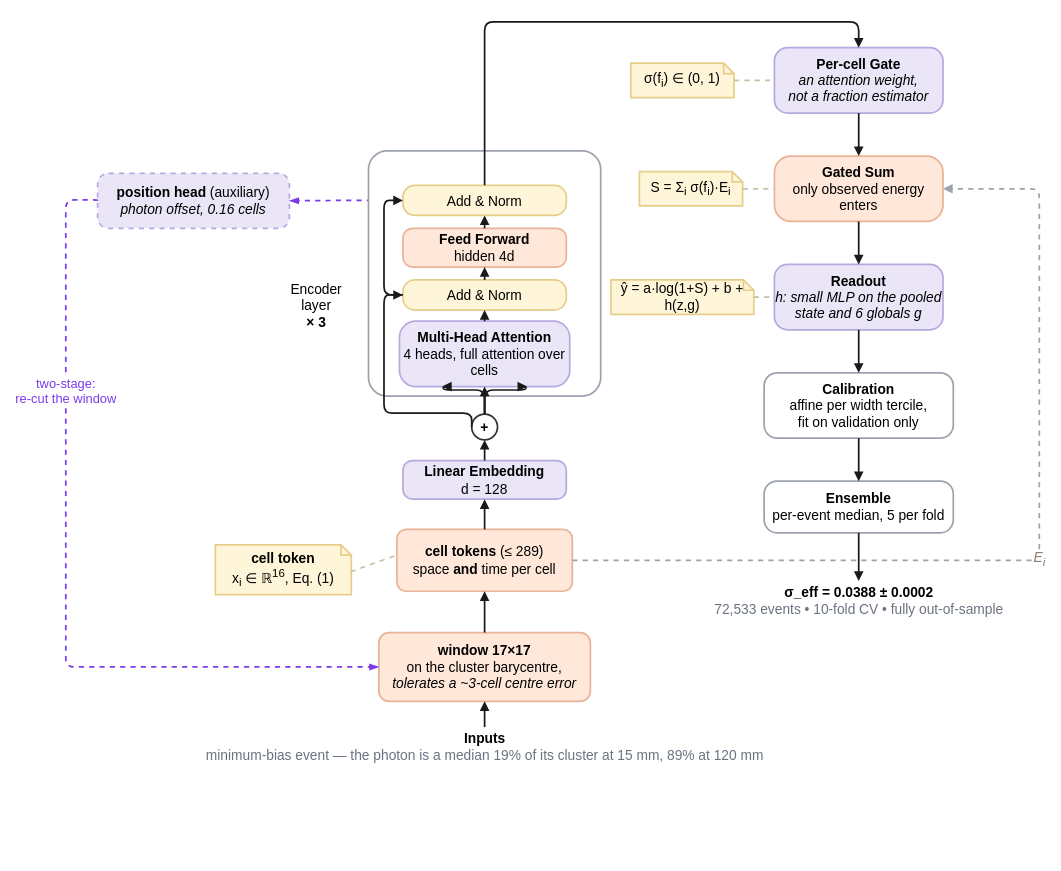
Earlier version of the draw.io diagram paper/spacetformer.drawio (Lworakan/GSoC2026-picocal-spacetime-transformer). Source tidied: cells renumbered, new cells numbered last; positions are measured from the earlier drawing's top-left corner, leaving out a move shared by most shapes. Both pictures are drawn from the tidied source at 86%, with x=0, y=0 at pixel (65, 22).
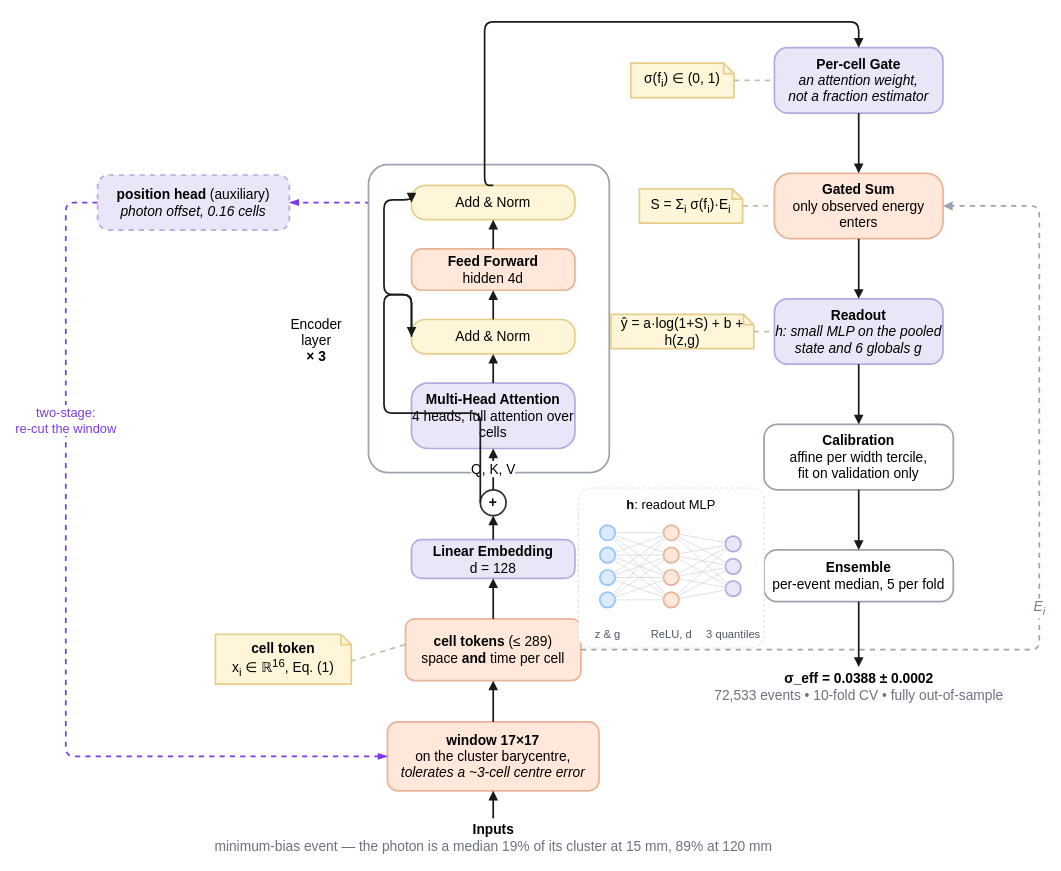
After the change.

Commit message (it also covers changes not shown here):
paper: draw the readout MLP, open the encoder block, and fix two mis-routed edges

Change to the diagram source:
```diff
@@
     <mxCell id="2" value="&lt;b&gt;Inputs&lt;/b&gt;&lt;br&gt;&lt;font color=&quot;#6B7280&quot;&gt;minimum-bias event — the photon is a median 19% of its cluster at 15 mm, 89% at 120 mm&lt;/font&gt;" style="text;html=1;align=center;verticalAlign=middle;fontSize=16;strokeWidth=2;" parent="1" vertex="1">
-      <mxGeometry x="362" y="820" width="250" height="45" as="geometry" />
+      <mxGeometry x="372" y="926" width="250" height="45" as="geometry" />
     </mxCell>
     <mxCell id="3" value="&lt;b&gt;window 17×17&lt;/b&gt;&lt;br&gt;&lt;font&gt;on the cluster barycentre,&lt;br&gt;&lt;i&gt;tolerates a ~3-cell centre error&lt;/i&gt;&lt;/font&gt;" style="rounded=1;arcSize=15;whiteSpace=wrap;html=1;fillColor=#FFE8D9;strokeColor=#E8B396;fontSize=16;strokeWidth=2;" parent="1" vertex="1">
-      <mxGeometry x="364" y="710" width="246" height="80" as="geometry" />
+      <mxGeometry x="374" y="814" width="246" height="80" as="geometry" />
     </mxCell>
     <mxCell id="4" value="&lt;b&gt;cell tokens&lt;/b&gt; (≤ 289)&lt;br&gt;&lt;font&gt;space &lt;b&gt;and&lt;/b&gt; time per cell&lt;/font&gt;" style="rounded=1;arcSize=15;whiteSpace=wrap;html=1;fillColor=#FFE8D9;strokeColor=#E8B396;fontSize=16;strokeWidth=2;" parent="1" vertex="1">
-      <mxGeometry x="385" y="590" width="204" height="72" as="geometry" />
+      <mxGeometry x="395" y="694" width="204" height="72" as="geometry" />
     </mxCell>
     <mxCell id="5" value="&lt;b&gt;cell token&lt;/b&gt;&lt;br&gt;x&lt;sub&gt;i&lt;/sub&gt; ∈ ℝ&lt;sup&gt;16&lt;/sup&gt;, Eq. (1)" style="shape=note;whiteSpace=wrap;html=1;backgroundOutline=1;size=12;fillColor=#FFF6D9;strokeColor=#E6CE8A;fontSize=16;align=center;strokeWidth=2;" parent="1" vertex="1">
-      <mxGeometry x="174" y="608" width="158" height="58" as="geometry" />
+      <mxGeometry x="174" y="712" width="158" height="58" as="geometry" />
     </mxCell>
@@
     <mxCell id="7" value="&lt;b&gt;Linear Embedding&lt;/b&gt;&lt;br&gt;&lt;font&gt;d = 128&lt;/font&gt;" style="rounded=1;arcSize=25;whiteSpace=wrap;html=1;fillColor=#EBE6F7;strokeColor=#B7A9E0;fontSize=16;strokeWidth=2;" parent="1" vertex="1">
-      <mxGeometry x="392" y="510" width="190" height="45" as="geometry" />
+      <mxGeometry x="402" y="602" width="190" height="45" as="geometry" />
     </mxCell>
     <mxCell id="8" value="+" style="ellipse;whiteSpace=wrap;html=1;fillColor=#FFFFFF;strokeColor=#333333;fontSize=16;fontStyle=1;strokeWidth=2;" parent="1" vertex="1">
-      <mxGeometry x="472" y="456" width="30" height="30" as="geometry" />
+      <mxGeometry x="482" y="544" width="30" height="30" as="geometry" />
     </mxCell>
     <mxCell id="9" value="&lt;b&gt;position head&lt;/b&gt; (auxiliary)&lt;br&gt;&lt;font&gt;&lt;i&gt;photon offset, 0.16 cells&lt;/i&gt;&lt;/font&gt;" style="rounded=1;arcSize=20;whiteSpace=wrap;html=1;fillColor=#EBE6F7;strokeColor=#B7A9E0;dashed=1;fontSize=16;strokeWidth=2;" parent="1" vertex="1">
-      <mxGeometry x="37" y="176" width="223" height="64" as="geometry" />
+      <mxGeometry x="37" y="178" width="223" height="64" as="geometry" />
     </mxCell>
@@
     <mxCell id="11" value="two-stage:&lt;br&gt;re-cut the window" style="edgeStyle=orthogonalEdgeStyle;rounded=1;html=1;strokeColor=#7C3AED;strokeWidth=2;dashed=1;endArrow=blockThin;endFill=1;fontSize=15;fontColor=#7C3AED;labelBackgroundColor=#FFFFFF;exitX=0;exitY=0.5;exitDx=0;exitDy=0;entryX=0;entryY=0.5;entryDx=0;entryDy=0;" parent="1" edge="1" source="9" target="3">
       <mxGeometry x="-0.45" relative="1" as="geometry">
         <Array as="points">
-          <mxPoint y="207" />
-          <mxPoint y="750" />
+          <mxPoint y="210" />
+          <mxPoint y="854" />
         </Array>
       </mxGeometry>
     </mxCell>
     <mxCell id="12" style="rounded=1;arcSize=8;whiteSpace=wrap;html=1;fillColor=#FFFFFF;strokeColor=#9CA3AF;strokeWidth=2;fontSize=16;" parent="1" vertex="1">
-      <mxGeometry x="352" y="150" width="270" height="285" as="geometry" />
+      <mxGeometry x="352" y="166" width="280" height="358" as="geometry" />
     </mxCell>
     <mxCell id="13" value="Encoder&lt;br&gt;layer&lt;br&gt;&lt;b&gt;× 3&lt;/b&gt;" style="text;html=1;align=center;verticalAlign=middle;fontSize=16;strokeWidth=2;" parent="1" vertex="1">
-      <mxGeometry x="246" y="295" width="90" height="70" as="geometry" />
+      <mxGeometry x="246" y="335" width="90" height="70" as="geometry" />
     </mxCell>
     <mxCell id="14" value="&lt;b&gt;Multi-Head Attention&lt;/b&gt;&lt;br&gt;&lt;font&gt;4 heads, full attention over cells&lt;/font&gt;" style="rounded=1;arcSize=25;whiteSpace=wrap;html=1;fillColor=#EBE6F7;strokeColor=#B7A9E0;fontSize=16;strokeWidth=2;" parent="1" vertex="1">
-      <mxGeometry x="388" y="348" width="198" height="76" as="geometry" />
+      <mxGeometry x="402" y="420" width="190" height="76" as="geometry" />
     </mxCell>
     <mxCell id="15" value="Add &amp;amp; Norm" style="rounded=1;arcSize=40;whiteSpace=wrap;html=1;fillColor=#FFF6D9;strokeColor=#E6CE8A;fontSize=16;strokeWidth=2;" parent="1" vertex="1">
-      <mxGeometry x="392" y="300" width="190" height="35" as="geometry" />
+      <mxGeometry x="402" y="346" width="190" height="40" as="geometry" />
     </mxCell>
     <mxCell id="16" value="&lt;b&gt;Feed Forward&lt;/b&gt;&lt;br&gt;&lt;font&gt;hidden 4d&lt;/font&gt;" style="rounded=1;arcSize=25;whiteSpace=wrap;html=1;fillColor=#FFE8D9;strokeColor=#E8B396;fontSize=16;strokeWidth=2;" parent="1" vertex="1">
-      <mxGeometry x="392" y="240" width="190" height="45" as="geometry" />
+      <mxGeometry x="402" y="264" width="190" height="48" as="geometry" />
     </mxCell>
     <mxCell id="17" value="Add &amp;amp; Norm" style="rounded=1;arcSize=40;whiteSpace=wrap;html=1;fillColor=#FFF6D9;strokeColor=#E6CE8A;fontSize=16;strokeWidth=2;" parent="1" vertex="1">
-      <mxGeometry x="392" y="190" width="190" height="35" as="geometry" />
+      <mxGeometry x="402" y="190" width="190" height="40" as="geometry" />
     </mxCell>
@@
     <mxCell id="21" value="&lt;b&gt;Gated Sum&lt;/b&gt;&lt;br&gt;&lt;font&gt;only observed energy enters&lt;/font&gt;" style="rounded=1;arcSize=25;whiteSpace=wrap;html=1;fillColor=#FFE8D9;strokeColor=#E8B396;fontSize=16;strokeWidth=2;" parent="1" vertex="1">
-      <mxGeometry x="824" y="156" width="196" height="76" as="geometry" />
+      <mxGeometry x="824" y="176" width="196" height="76" as="geometry" />
     </mxCell>
     <mxCell id="22" value="S = Σ&lt;sub&gt;i&lt;/sub&gt; σ(f&lt;sub&gt;i&lt;/sub&gt;)·E&lt;sub&gt;i&lt;/sub&gt;" style="shape=note;whiteSpace=wrap;html=1;backgroundOutline=1;size=12;fillColor=#FFF6D9;strokeColor=#E6CE8A;fontSize=16;align=center;strokeWidth=2;" parent="1" vertex="1">
-      <mxGeometry x="667" y="174" width="120" height="40" as="geometry" />
+      <mxGeometry x="667" y="194" width="120" height="40" as="geometry" />
     </mxCell>
@@
     <mxCell id="24" value="&lt;b&gt;Readout&lt;/b&gt;&lt;br&gt;&lt;font&gt;&lt;i&gt;h: small MLP on the pooled&lt;br&gt;state and 6 globals g&lt;/i&gt;&lt;/font&gt;" style="rounded=1;arcSize=20;whiteSpace=wrap;html=1;fillColor=#EBE6F7;strokeColor=#B7A9E0;fontSize=16;strokeWidth=2;" parent="1" vertex="1">
-      <mxGeometry x="824" y="282" width="196" height="76" as="geometry" />
+      <mxGeometry x="824" y="322" width="196" height="76" as="geometry" />
     </mxCell>
     <mxCell id="25" value="ŷ = a·log(1+S) + b + h(z,g)" style="shape=note;whiteSpace=wrap;html=1;backgroundOutline=1;size=12;fillColor=#FFF6D9;strokeColor=#E6CE8A;fontSize=16;align=center;strokeWidth=2;" parent="1" vertex="1">
-      <mxGeometry x="634" y="300" width="166" height="40" as="geometry" />
+      <mxGeometry x="634" y="340" width="166" height="40" as="geometry" />
     </mxCell>
@@
     <mxCell id="27" value="&lt;b&gt;Calibration&lt;/b&gt;&lt;br&gt;&lt;font&gt;affine per width tercile,&lt;br&gt;fit on validation only&lt;/font&gt;" style="rounded=1;arcSize=20;whiteSpace=wrap;html=1;fillColor=#FFFFFF;strokeColor=#9CA3AF;strokeWidth=2;fontSize=16;" parent="1" vertex="1">
-      <mxGeometry x="812" y="408" width="220" height="76" as="geometry" />
+      <mxGeometry x="812" y="468" width="220" height="76" as="geometry" />
     </mxCell>
     <mxCell id="28" value="&lt;b&gt;Ensemble&lt;/b&gt;&lt;br&gt;&lt;font&gt;per-event median, 5 per fold&lt;/font&gt;" style="rounded=1;arcSize=25;whiteSpace=wrap;html=1;fillColor=#FFFFFF;strokeColor=#9CA3AF;strokeWidth=2;fontSize=16;" parent="1" vertex="1">
-      <mxGeometry x="812" y="534" width="220" height="60" as="geometry" />
+      <mxGeometry x="812" y="614" width="220" height="60" as="geometry" />
     </mxCell>
     <mxCell id="29" value="&lt;b&gt;σ_eff = 0.0388 ± 0.0002&lt;/b&gt;&lt;br&gt;&lt;font color=&quot;#6B7280&quot;&gt;72,533 events • 10-fold CV • fully out-of-sample&lt;/font&gt;" style="text;html=1;align=center;verticalAlign=middle;fontSize=16;strokeWidth=2;" parent="1" vertex="1">
-      <mxGeometry x="722" y="650" width="400" height="45" as="geometry" />
+      <mxGeometry x="722" y="750" width="400" height="45" as="geometry" />
     </mxCell>
@@
-    <mxCell id="34" style="edgeStyle=orthogonalEdgeStyle;rounded=1;html=1;strokeColor=#1A1A1A;strokeWidth=2;endArrow=block;endFill=1;exitX=0.5;exitY=0;exitDx=0;exitDy=0;entryX=0.25;entryY=1;entryDx=0;entryDy=0;fontSize=16;" parent="1" edge="1" source="8" target="14">
-      <mxGeometry relative="1" as="geometry">
-        <Array as="points">
-          <mxPoint x="487" y="428" />
-          <mxPoint x="439" y="428" />
-        </Array>
-      </mxGeometry>
-    </mxCell>
-    <mxCell id="35" style="edgeStyle=orthogonalEdgeStyle;rounded=1;html=1;strokeColor=#1A1A1A;strokeWidth=2;endArrow=block;endFill=1;exitX=0.5;exitY=0;exitDx=0;exitDy=0;entryX=0.5;entryY=1;entryDx=0;entryDy=0;fontSize=16;" parent="1" edge="1" source="8" target="14">
+    <mxCell id="35" value="Q, K, V" style="edgeStyle=orthogonalEdgeStyle;rounded=1;html=1;strokeColor=#1A1A1A;strokeWidth=2;endArrow=block;endFill=1;exitX=0.5;exitY=0;exitDx=0;exitDy=0;entryX=0.5;entryY=1;entryDx=0;entryDy=0;fontSize=16;" parent="1" edge="1" source="8" target="14">
       <mxGeometry relative="1" as="geometry" />
     </mxCell>
-    <mxCell id="36" style="edgeStyle=orthogonalEdgeStyle;rounded=1;html=1;strokeColor=#1A1A1A;strokeWidth=2;endArrow=block;endFill=1;exitX=0.5;exitY=0;exitDx=0;exitDy=0;entryX=0.75;entryY=1;entryDx=0;entryDy=0;fontSize=16;" parent="1" edge="1" source="8" target="14">
-      <mxGeometry relative="1" as="geometry">
-        <Array as="points">
-          <mxPoint x="487" y="428" />
-          <mxPoint x="535" y="428" />
-        </Array>
-      </mxGeometry>
-    </mxCell>
@@
     <mxCell id="44" value="&lt;i&gt;E&lt;sub&gt;i&lt;/sub&gt;&lt;/i&gt;" style="edgeStyle=orthogonalEdgeStyle;rounded=1;html=1;strokeColor=#9CA3AF;strokeWidth=2;dashed=1;endArrow=block;endFill=1;fontSize=16;fontColor=#8A7B6C;exitX=1;exitY=0.5;exitDx=0;exitDy=0;entryX=1;entryY=0.5;entryDx=0;entryDy=0;" parent="1" edge="1" source="4" target="21">
       <mxGeometry relative="1" as="geometry">
         <Array as="points">
-          <mxPoint x="1132" y="626" />
-          <mxPoint x="1132" y="194" />
+          <mxPoint x="1132" y="730" />
+          <mxPoint x="1132" y="214" />
         </Array>
       </mxGeometry>
     </mxCell>
@@
+    <mxCell id="49" value="&lt;b&gt;h&lt;/b&gt;: readout MLP" style="rounded=1;arcSize=8;whiteSpace=wrap;html=1;fillColor=#FFFFFF;strokeColor=#D1D5DB;dashed=1;fontSize=15;verticalAlign=top;spacingTop=4;" parent="1" vertex="1">
+      <mxGeometry x="596" y="542" width="216" height="186" as="geometry" />
+    </mxCell>
+    <mxCell id="50" style="ellipse;whiteSpace=wrap;html=1;fillColor=#DBEAFE;strokeColor=#93C5FD;strokeWidth=2;" parent="1" vertex="1">
+      <mxGeometry x="621" y="585" width="18" height="18" as="geometry" />
+    </mxCell>
+    <mxCell id="51" style="ellipse;whiteSpace=wrap;html=1;fillColor=#DBEAFE;strokeColor=#93C5FD;strokeWidth=2;" parent="1" vertex="1">
+      <mxGeometry x="621" y="611" width="18" height="18" as="geometry" />
+    </mxCell>
+    <mxCell id="52" style="ellipse;whiteSpace=wrap;html=1;fillColor=#DBEAFE;strokeColor=#93C5FD;strokeWidth=2;" parent="1" vertex="1">
+      <mxGeometry x="621" y="637" width="18" height="18" as="geometry" />
+    </mxCell>
+    <mxCell id="53" style="ellipse;whiteSpace=wrap;html=1;fillColor=#DBEAFE;strokeColor=#93C5FD;strokeWidth=2;" parent="1" vertex="1">
+      <mxGeometry x="621" y="663" width="18" height="18" as="geometry" />
+    </mxCell>
+    <mxCell id="54" style="ellipse;whiteSpace=wrap;html=1;fillColor=#FFE8D9;strokeColor=#E8B396;strokeWidth=2;" parent="1" vertex="1">
+      <mxGeometry x="695" y="585" width="18" height="18" as="geometry" />
+    </mxCell>
+    <mxCell id="55" style="ellipse;whiteSpace=wrap;html=1;fillColor=#FFE8D9;strokeColor=#E8B396;strokeWidth=2;" parent="1" vertex="1">
+      <mxGeometry x="695" y="611" width="18" height="18" as="geometry" />
+    </mxCell>
+    <mxCell id="56" style="ellipse;whiteSpace=wrap;html=1;fillColor=#FFE8D9;strokeColor=#E8B396;strokeWidth=2;" parent="1" vertex="1">
+      <mxGeometry x="695" y="637" width="18" height="18" as="geometry" />
+    </mxCell>
+    <mxCell id="57" style="ellipse;whiteSpace=wrap;html=1;fillColor=#FFE8D9;strokeColor=#E8B396;strokeWidth=2;" parent="1" vertex="1">
+      <mxGeometry x="695" y="663" width="18" height="18" as="geometry" />
+    </mxCell>
+    <mxCell id="58" style="ellipse;whiteSpace=wrap;html=1;fillColor=#EBE6F7;strokeColor=#B7A9E0;strokeWidth=2;" parent="1" vertex="1">
+      <mxGeometry x="767" y="598" width="18" height="18" as="geometry" />
+    </mxCell>
+    <mxCell id="59" style="ellipse;whiteSpace=wrap;html=1;fillColor=#EBE6F7;strokeColor=#B7A9E0;strokeWidth=2;" parent="1" vertex="1">
+      <mxGeometry x="767" y="624" width="18" height="18" as="geometry" />
+    </mxCell>
+    <mxCell id="60" style="ellipse;whiteSpace=wrap;html=1;fillColor=#EBE6F7;strokeColor=#B7A9E0;strokeWidth=2;" parent="1" vertex="1">
+      <mxGeometry x="767" y="650" width="18" height="18" as="geometry" />
+    </mxCell>
+    <mxCell id="61" style="edgeStyle=none;html=1;rounded=0;strokeColor=#D8DCE3;strokeWidth=1;endArrow=none;" parent="1" edge="1" source="50" target="54">
+      <mxGeometry relative="1" as="geometry" />
+    </mxCell>
+    <mxCell id="62" style="edgeStyle=none;html=1;rounded=0;strokeColor=#D8DCE3;strokeWidth=1;endArrow=none;" parent="1" edge="1" source="50" target="55">
+      <mxGeometry relative="1" as="geometry" />
+    </mxCell>
+    <mxCell id="63" style="edgeStyle=none;html=1;rounded=0;strokeColor=#D8DCE3;strokeWidth=1;endArrow=none;" parent="1" edge="1" source="50" target="56">
+      <mxGeometry relative="1" as="geometry" />
+    </mxCell>
+    <mxCell id="64" style="edgeStyle=none;html=1;rounded=0;strokeColor=#D8DCE3;strokeWidth=1;endArrow=none;" parent="1" edge="1" source="50" target="57">
+      <mxGeometry relative="1" as="geometry" />
+    </mxCell>
+    <mxCell id="65" style="edgeStyle=none;html=1;rounded=0;strokeColor=#D8DCE3;strokeWidth=1;endArrow=none;" parent="1" edge="1" source="51" target="54">
+      <mxGeometry relative="1" as="geometry" />
+    </mxCell>
+    <mxCell id="66" style="edgeStyle=none;html=1;rounded=0;strokeColor=#D8DCE3;strokeWidth=1;endArrow=none;" parent="1" edge="1" source="51" target="55">
+      <mxGeometry relative="1" as="geometry" />
+    </mxCell>
+    <mxCell id="67" style="edgeStyle=none;html=1;rounded=0;strokeColor=#D8DCE3;strokeWidth=1;endArrow=none;" parent="1" edge="1" source="51" target="56">
+      <mxGeometry relative="1" as="geometry" />
+    </mxCell>
+    <mxCell id="68" style="edgeStyle=none;html=1;rounded=0;strokeColor=#D8DCE3;strokeWidth=1;endArrow=none;" parent="1" edge="1" source="51" target="57">
+      <mxGeometry relative="1" as="geometry" />
+    </mxCell>
+    <mxCell id="69" style="edgeStyle=none;html=1;rounded=0;strokeColor=#D8DCE3;strokeWidth=1;endArrow=none;" parent="1" edge="1" source="52" target="54">
+      <mxGeometry relative="1" as="geometry" />
+    </mxCell>
+    <mxCell id="70" style="edgeStyle=none;html=1;rounded=0;strokeColor=#D8DCE3;strokeWidth=1;endArrow=none;" parent="1" edge="1" source="52" target="55">
+      <mxGeometry relative="1" as="geometry" />
+    </mxCell>
+    <mxCell id="71" style="edgeStyle=none;html=1;rounded=0;strokeColor=#D8DCE3;strokeWidth=1;endArrow=none;" parent="1" edge="1" source="52" target="56">
+      <mxGeometry relative="1" as="geometry" />
+    </mxCell>
+    <mxCell id="72" style="edgeStyle=none;html=1;rounded=0;strokeColor=#D8DCE3;strokeWidth=1;endArrow=none;" parent="1" edge="1" source="52" target="57">
+      <mxGeometry relative="1" as="geometry" />
+    </mxCell>
+    <mxCell id="73" style="edgeStyle=none;html=1;rounded=0;strokeColor=#D8DCE3;strokeWidth=1;endArrow=none;" parent="1" edge="1" source="53" target="54">
+      <mxGeometry relative="1" as="geometry" />
+    </mxCell>
+    <mxCell id="74" style="edgeStyle=none;html=1;rounded=0;strokeColor=#D8DCE3;strokeWidth=1;endArrow=none;" parent="1" edge="1" source="53" target="55">
+      <mxGeometry relative="1" as="geometry" />
+    </mxCell>
+    <mxCell id="75" style="edgeStyle=none;html=1;rounded=0;strokeColor=#D8DCE3;strokeWidth=1;endArrow=none;" parent="1" edge="1" source="53" target="56">
+      <mxGeometry relative="1" as="geometry" />
+    </mxCell>
+    <mxCell id="76" style="edgeStyle=none;html=1;rounded=0;strokeColor=#D8DCE3;strokeWidth=1;endArrow=none;" parent="1" edge="1" source="53" target="57">
+      <mxGeometry relative="1" as="geometry" />
+    </mxCell>
+    <mxCell id="77" style="edgeStyle=none;html=1;rounded=0;strokeColor=#D8DCE3;strokeWidth=1;endArrow=none;" parent="1" edge="1" source="54" target="58">
+      <mxGeometry relative="1" as="geometry" />
+    </mxCell>
+    <mxCell id="78" style="edgeStyle=none;html=1;rounded=0;strokeColor=#D8DCE3;strokeWidth=1;endArrow=none;" parent="1" edge="1" source="54" target="59">
+      <mxGeometry relative="1" as="geometry" />
+    </mxCell>
+    <mxCell id="79" style="edgeStyle=none;html=1;rounded=0;strokeColor=#D8DCE3;strokeWidth=1;endArrow=none;" parent="1" edge="1" source="54" target="60">
+      <mxGeometry relative="1" as="geometry" />
+    </mxCell>
+    <mxCell id="80" style="edgeStyle=none;html=1;rounded=0;strokeColor=#D8DCE3;strokeWidth=1;endArrow=none;" parent="1" edge="1" source="55" target="58">
+      <mxGeometry relative="1" as="geometry" />
+    </mxCell>
+    <mxCell id="81" style="edgeStyle=none;html=1;rounded=0;strokeColor=#D8DCE3;strokeWidth=1;endArrow=none;" parent="1" edge="1" source="55" target="59">
+      <mxGeometry relative="1" as="geometry" />
+    </mxCell>
+    <mxCell id="82" style="edgeStyle=none;html=1;rounded=0;strokeColor=#D8DCE3;strokeWidth=1;endArrow=none;" parent="1" edge="1" source="55" target="60">
+      <mxGeometry relative="1" as="geometry" />
+    </mxCell>
+    <mxCell id="83" style="edgeStyle=none;html=1;rounded=0;strokeColor=#D8DCE3;strokeWidth=1;endArrow=none;" parent="1" edge="1" source="56" target="58">
+      <mxGeometry relative="1" as="geometry" />
+    </mxCell>
+    <mxCell id="84" style="edgeStyle=none;html=1;rounded=0;strokeColor=#D8DCE3;strokeWidth=1;endArrow=none;" parent="1" edge="1" source="56" target="59">
+      <mxGeometry relative="1" as="geometry" />
+    </mxCell>
+    <mxCell id="85" style="edgeStyle=none;html=1;rounded=0;strokeColor=#D8DCE3;strokeWidth=1;endArrow=none;" parent="1" edge="1" source="56" target="60">
+      <mxGeometry relative="1" as="geometry" />
+    </mxCell>
+    <mxCell id="86" style="edgeStyle=none;html=1;rounded=0;strokeColor=#D8DCE3;strokeWidth=1;endArrow=none;" parent="1" edge="1" source="57" target="58">
+      <mxGeometry relative="1" as="geometry" />
+    </mxCell>
+    <mxCell id="87" style="edgeStyle=none;html=1;rounded=0;strokeColor=#D8DCE3;strokeWidth=1;endArrow=none;" parent="1" edge="1" source="57" target="59">
+      <mxGeometry relative="1" as="geometry" />
+    </mxCell>
+    <mxCell id="88" style="edgeStyle=none;html=1;rounded=0;strokeColor=#D8DCE3;strokeWidth=1;endArrow=none;" parent="1" edge="1" source="57" target="60">
+      <mxGeometry relative="1" as="geometry" />
+    </mxCell>
+    <mxCell id="89" value="z &amp; g" style="text;html=1;align=center;fontSize=13;fontColor=#4B5563;" parent="1" vertex="1">
+      <mxGeometry x="590" y="698" width="80" height="20" as="geometry" />
+    </mxCell>
+    <mxCell id="90" value="ReLU, d" style="text;html=1;align=center;fontSize=13;fontColor=#4B5563;" parent="1" vertex="1">
+      <mxGeometry x="664" y="698" width="80" height="20" as="geometry" />
+    </mxCell>
+    <mxCell id="91" value="3 quantiles" style="text;html=1;align=center;fontSize=13;fontColor=#4B5563;" parent="1" vertex="1">
+      <mxGeometry x="736" y="698" width="80" height="20" as="geometry" />
+    </mxCell>
```
